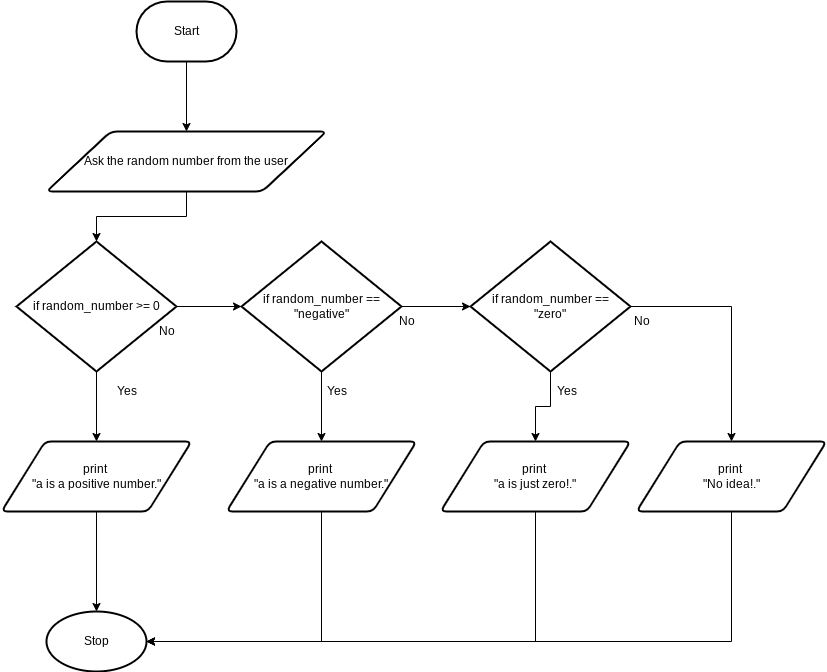
huihangisaac-ho/ICS3U-Unit3-04-Python keeps this draw.io diagram as Flow chart.png. Above is the earlier version. Source tidied: cells renumbered, new cells last; positions are measured from the earlier drawing's top-left corner, leaving out a move shared by most shapes. Its diagram source:
```xml
<mxGraphModel>
  <root>
    <mxCell id="0" />
    <mxCell id="1" parent="0" />
    <mxCell id="2" style="edgeStyle=orthogonalEdgeStyle;html=1;exitX=0.5;exitY=1;exitDx=0;exitDy=0;exitPerimeter=0;entryX=0.5;entryY=0;entryDx=0;entryDy=0;entryPerimeter=0;rounded=0;startArrow=none;" parent="1" edge="1" source="28" target="5">
      <mxGeometry relative="1" as="geometry" />
    </mxCell>
    <mxCell id="3" style="edgeStyle=orthogonalEdgeStyle;html=1;exitX=0.5;exitY=1;exitDx=0;exitDy=0;exitPerimeter=0;entryX=0.5;entryY=0;entryDx=0;entryDy=0;rounded=0;" parent="1" edge="1" source="5" target="7">
      <mxGeometry relative="1" as="geometry" />
    </mxCell>
    <mxCell id="4" style="edgeStyle=orthogonalEdgeStyle;rounded=0;html=1;exitX=1;exitY=0.5;exitDx=0;exitDy=0;exitPerimeter=0;entryX=0;entryY=0.5;entryDx=0;entryDy=0;entryPerimeter=0;" parent="1" edge="1" source="5" target="10">
      <mxGeometry relative="1" as="geometry" />
    </mxCell>
    <mxCell id="5" value="if random_number &amp;gt;= 0" style="strokeWidth=2;html=1;shape=mxgraph.flowchart.decision;whiteSpace=wrap;" parent="1" vertex="1">
      <mxGeometry x="15" y="240" width="160" height="130" as="geometry" />
    </mxCell>
    <mxCell id="6" style="edgeStyle=orthogonalEdgeStyle;rounded=0;html=1;exitX=0.5;exitY=1;exitDx=0;exitDy=0;entryX=0.5;entryY=0;entryDx=0;entryDy=0;entryPerimeter=0;" parent="1" edge="1" source="7">
      <mxGeometry relative="1" as="geometry">
        <mxPoint x="95" y="610" as="targetPoint" />
      </mxGeometry>
    </mxCell>
    <mxCell id="7" value="print&amp;nbsp;&lt;br&gt;&quot;a is a positive number.&quot;" style="shape=parallelogram;html=1;strokeWidth=2;perimeter=parallelogramPerimeter;whiteSpace=wrap;rounded=1;arcSize=12;size=0.23;" parent="1" vertex="1">
      <mxGeometry y="440" width="190" height="70" as="geometry" />
    </mxCell>
    <mxCell id="8" style="edgeStyle=orthogonalEdgeStyle;rounded=0;html=1;exitX=0.5;exitY=1;exitDx=0;exitDy=0;exitPerimeter=0;entryX=0.5;entryY=0;entryDx=0;entryDy=0;" parent="1" edge="1" source="10" target="12">
      <mxGeometry relative="1" as="geometry" />
    </mxCell>
    <mxCell id="9" style="edgeStyle=orthogonalEdgeStyle;rounded=0;html=1;exitX=1;exitY=0.5;exitDx=0;exitDy=0;exitPerimeter=0;entryX=0;entryY=0.5;entryDx=0;entryDy=0;entryPerimeter=0;" parent="1" edge="1" source="10" target="15">
      <mxGeometry relative="1" as="geometry" />
    </mxCell>
    <mxCell id="10" value="if random_number ==&lt;br&gt;&quot;negative&quot;" style="strokeWidth=2;html=1;shape=mxgraph.flowchart.decision;whiteSpace=wrap;" parent="1" vertex="1">
      <mxGeometry x="240" y="240" width="160" height="130" as="geometry" />
    </mxCell>
    <mxCell id="11" style="edgeStyle=orthogonalEdgeStyle;rounded=0;html=1;exitX=0.5;exitY=1;exitDx=0;exitDy=0;entryX=1;entryY=0.5;entryDx=0;entryDy=0;entryPerimeter=0;" parent="1" edge="1" source="12" target="29">
      <mxGeometry relative="1" as="geometry" />
    </mxCell>
    <mxCell id="12" value="print&amp;nbsp;&lt;br&gt;&quot;a is a negative number.&quot;" style="shape=parallelogram;html=1;strokeWidth=2;perimeter=parallelogramPerimeter;whiteSpace=wrap;rounded=1;arcSize=12;size=0.23;" parent="1" vertex="1">
      <mxGeometry x="225" y="440" width="190" height="70" as="geometry" />
    </mxCell>
    <mxCell id="13" style="edgeStyle=orthogonalEdgeStyle;rounded=0;html=1;exitX=0.5;exitY=1;exitDx=0;exitDy=0;exitPerimeter=0;" parent="1" edge="1" source="15" target="17">
      <mxGeometry relative="1" as="geometry" />
    </mxCell>
    <mxCell id="14" style="edgeStyle=orthogonalEdgeStyle;rounded=0;html=1;exitX=1;exitY=0.5;exitDx=0;exitDy=0;exitPerimeter=0;entryX=0.5;entryY=0;entryDx=0;entryDy=0;" parent="1" edge="1" source="15" target="19">
      <mxGeometry relative="1" as="geometry" />
    </mxCell>
    <mxCell id="15" value="if random_number ==&lt;br&gt;&quot;zero&quot;" style="strokeWidth=2;html=1;shape=mxgraph.flowchart.decision;whiteSpace=wrap;" parent="1" vertex="1">
      <mxGeometry x="469" y="240" width="160" height="130" as="geometry" />
    </mxCell>
    <mxCell id="16" style="edgeStyle=orthogonalEdgeStyle;rounded=0;html=1;exitX=0.5;exitY=1;exitDx=0;exitDy=0;entryX=1;entryY=0.5;entryDx=0;entryDy=0;entryPerimeter=0;" parent="1" edge="1" source="17" target="29">
      <mxGeometry relative="1" as="geometry" />
    </mxCell>
    <mxCell id="17" value="print&amp;nbsp;&lt;br&gt;&quot;a is just zero!.&quot;" style="shape=parallelogram;html=1;strokeWidth=2;perimeter=parallelogramPerimeter;whiteSpace=wrap;rounded=1;arcSize=12;size=0.23;" parent="1" vertex="1">
      <mxGeometry x="439" y="440" width="190" height="70" as="geometry" />
    </mxCell>
    <mxCell id="18" style="edgeStyle=orthogonalEdgeStyle;rounded=0;html=1;exitX=0.5;exitY=1;exitDx=0;exitDy=0;entryX=1;entryY=0.5;entryDx=0;entryDy=0;entryPerimeter=0;" parent="1" edge="1" source="19" target="29">
      <mxGeometry relative="1" as="geometry" />
    </mxCell>
    <mxCell id="19" value="print&amp;nbsp;&lt;br&gt;&quot;No idea!.&quot;" style="shape=parallelogram;html=1;strokeWidth=2;perimeter=parallelogramPerimeter;whiteSpace=wrap;rounded=1;arcSize=12;size=0.23;" parent="1" vertex="1">
      <mxGeometry x="635" y="440" width="190" height="70" as="geometry" />
    </mxCell>
    <mxCell id="20" value="Yes" style="text;html=1;align=center;verticalAlign=middle;strokeColor=none;fillColor=none;" parent="1" vertex="1">
      <mxGeometry x="105" y="380" width="40" height="20" as="geometry" />
    </mxCell>
    <mxCell id="21" value="Yes" style="text;html=1;align=center;verticalAlign=middle;strokeColor=none;fillColor=none;" parent="1" vertex="1">
      <mxGeometry x="315" y="380" width="40" height="20" as="geometry" />
    </mxCell>
    <mxCell id="22" value="Yes" style="text;html=1;align=center;verticalAlign=middle;strokeColor=none;fillColor=none;" parent="1" vertex="1">
      <mxGeometry x="545" y="380" width="40" height="20" as="geometry" />
    </mxCell>
    <mxCell id="23" value="No" style="text;html=1;align=center;verticalAlign=middle;strokeColor=none;fillColor=none;" parent="1" vertex="1">
      <mxGeometry x="625" y="310" width="30" height="20" as="geometry" />
    </mxCell>
    <mxCell id="24" value="No" style="text;html=1;align=center;verticalAlign=middle;strokeColor=none;fillColor=none;" parent="1" vertex="1">
      <mxGeometry x="390" y="310" width="30" height="20" as="geometry" />
    </mxCell>
    <mxCell id="25" value="No" style="text;html=1;align=center;verticalAlign=middle;strokeColor=none;fillColor=none;" parent="1" vertex="1">
      <mxGeometry x="150" y="320" width="30" height="20" as="geometry" />
    </mxCell>
    <mxCell id="26" style="edgeStyle=orthogonalEdgeStyle;rounded=0;html=1;exitX=0.5;exitY=1;exitDx=0;exitDy=0;exitPerimeter=0;entryX=0.5;entryY=0;entryDx=0;entryDy=0;" parent="1" edge="1" source="27" target="28">
      <mxGeometry relative="1" as="geometry" />
    </mxCell>
    <mxCell id="27" value="Start" style="strokeWidth=2;html=1;shape=mxgraph.flowchart.terminator;whiteSpace=wrap;" parent="1" vertex="1">
      <mxGeometry x="135" width="100" height="60" as="geometry" />
    </mxCell>
    <mxCell id="28" value="Ask the random number from the user" style="shape=parallelogram;html=1;strokeWidth=2;perimeter=parallelogramPerimeter;whiteSpace=wrap;rounded=1;arcSize=12;size=0.23;" parent="1" vertex="1">
      <mxGeometry x="45" y="130" width="280" height="60" as="geometry" />
    </mxCell>
    <mxCell id="29" value="Stop" style="strokeWidth=2;html=1;shape=mxgraph.flowchart.start_1;whiteSpace=wrap;" parent="1" vertex="1">
      <mxGeometry x="45" y="610" width="100" height="60" as="geometry" />
    </mxCell>
  </root>
</mxGraphModel>
```
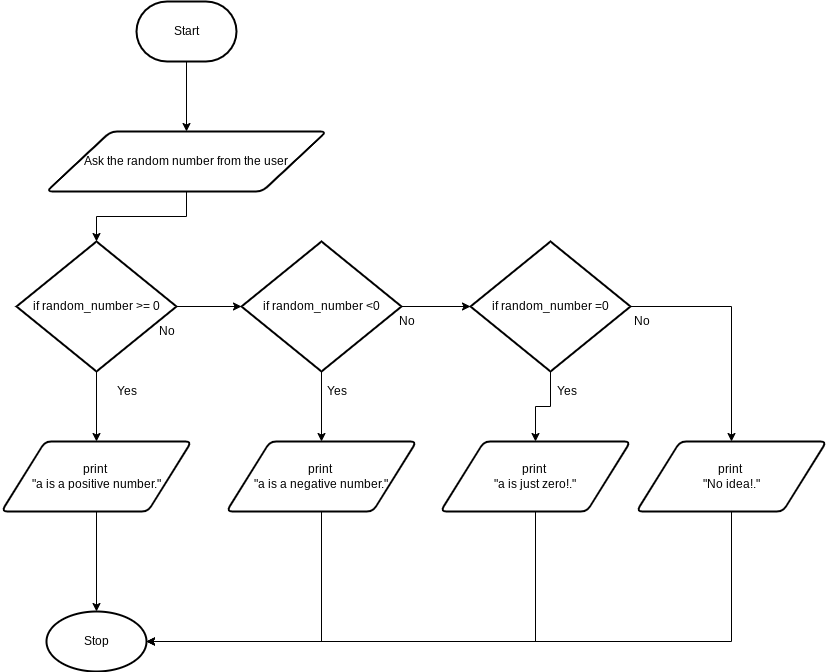
After the commit.

Diff of the diagram source:
```diff
@@ -28,7 +28,7 @@
     <mxCell id="9" style="edgeStyle=orthogonalEdgeStyle;rounded=0;html=1;exitX=1;exitY=0.5;exitDx=0;exitDy=0;exitPerimeter=0;entryX=0;entryY=0.5;entryDx=0;entryDy=0;entryPerimeter=0;" parent="1" edge="1" source="10" target="15">
       <mxGeometry relative="1" as="geometry" />
     </mxCell>
-    <mxCell id="10" value="if random_number ==&lt;br&gt;&quot;negative&quot;" style="strokeWidth=2;html=1;shape=mxgraph.flowchart.decision;whiteSpace=wrap;" parent="1" vertex="1">
+    <mxCell id="10" value="if random_number &amp;lt;0" style="strokeWidth=2;html=1;shape=mxgraph.flowchart.decision;whiteSpace=wrap;" parent="1" vertex="1">
       <mxGeometry x="240" y="240" width="160" height="130" as="geometry" />
     </mxCell>
     <mxCell id="11" style="edgeStyle=orthogonalEdgeStyle;rounded=0;html=1;exitX=0.5;exitY=1;exitDx=0;exitDy=0;entryX=1;entryY=0.5;entryDx=0;entryDy=0;entryPerimeter=0;" parent="1" edge="1" source="12" target="29">
@@ -43,7 +43,7 @@
     <mxCell id="14" style="edgeStyle=orthogonalEdgeStyle;rounded=0;html=1;exitX=1;exitY=0.5;exitDx=0;exitDy=0;exitPerimeter=0;entryX=0.5;entryY=0;entryDx=0;entryDy=0;" parent="1" edge="1" source="15" target="19">
       <mxGeometry relative="1" as="geometry" />
     </mxCell>
-    <mxCell id="15" value="if random_number ==&lt;br&gt;&quot;zero&quot;" style="strokeWidth=2;html=1;shape=mxgraph.flowchart.decision;whiteSpace=wrap;" parent="1" vertex="1">
+    <mxCell id="15" value="if random_number =0" style="strokeWidth=2;html=1;shape=mxgraph.flowchart.decision;whiteSpace=wrap;" parent="1" vertex="1">
       <mxGeometry x="469" y="240" width="160" height="130" as="geometry" />
     </mxCell>
     <mxCell id="16" style="edgeStyle=orthogonalEdgeStyle;rounded=0;html=1;exitX=0.5;exitY=1;exitDx=0;exitDy=0;entryX=1;entryY=0.5;entryDx=0;entryDy=0;entryPerimeter=0;" parent="1" edge="1" source="17" target="29">
```
